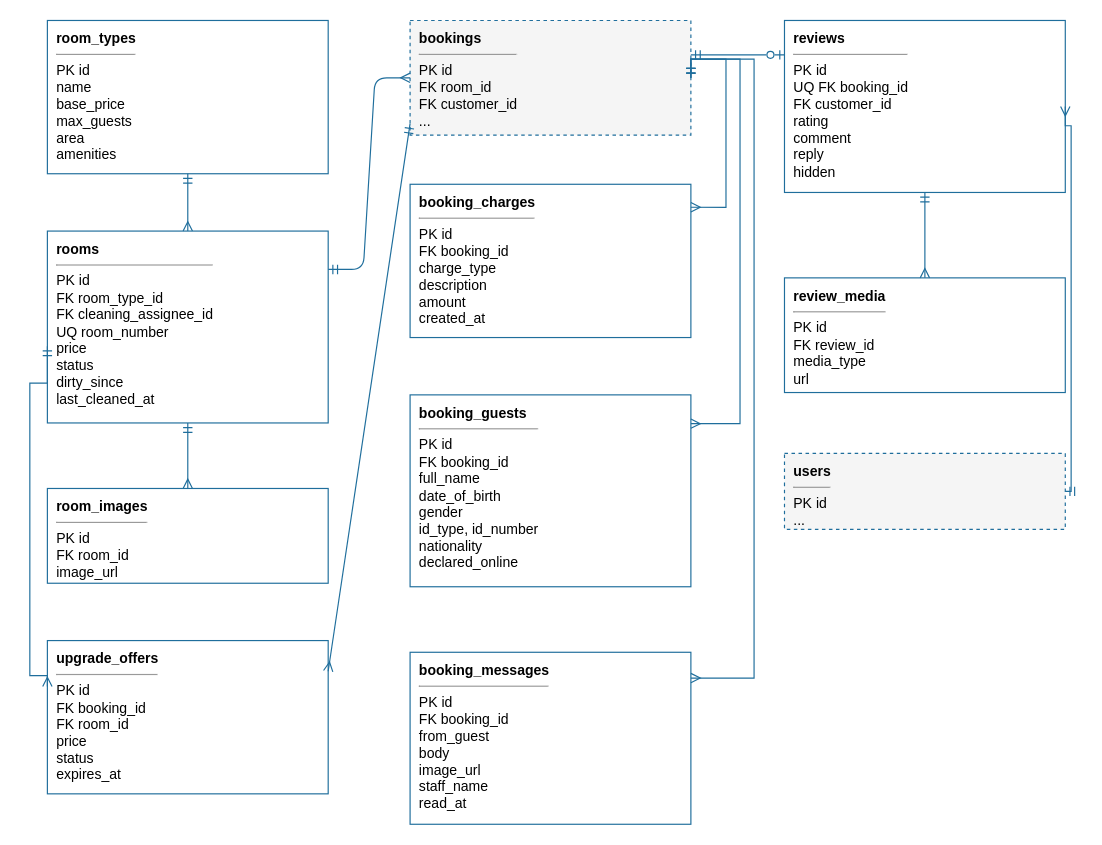
Before: docs/thiet-ke/erd-2-phong-chi-tiet-don.drawio in ngynquchn2511/beach-hotel, a draw.io diagram. Source tidied: cells renumbered, new cells numbered last; positions are measured from the earlier drawing's top-left corner, leaving out a move shared by most shapes. Both pictures are drawn from the tidied source at 117%, with x=0, y=0 at pixel (29, 20).
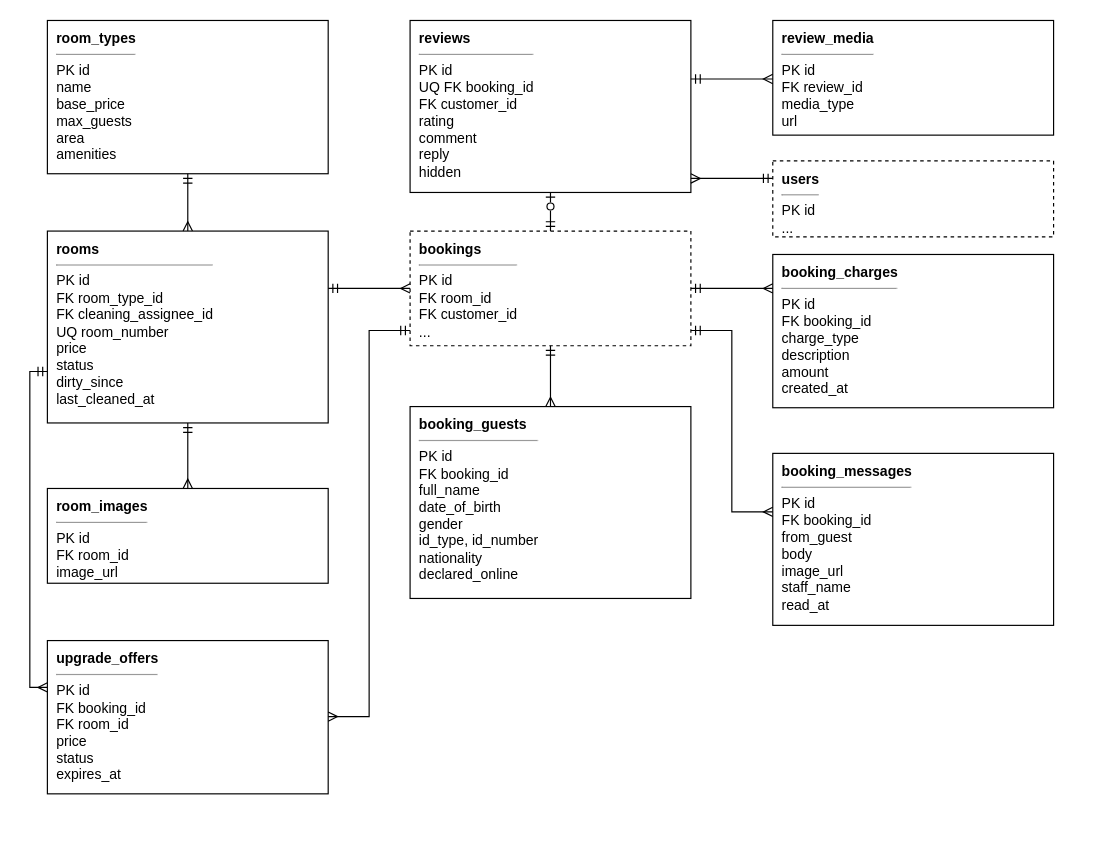
The same diagram, later.

The edit, as a diff of the source:
```diff
@@
-    <mxCell id="2" value="&lt;b&gt;room_types&lt;/b&gt;&lt;hr size=&quot;1&quot;&gt;PK id&lt;br&gt;name&lt;br&gt;base_price&lt;br&gt;max_guests&lt;br&gt;area&lt;br&gt;amenities" style="rounded=0;whiteSpace=wrap;html=1;align=left;verticalAlign=top;spacingLeft=6;spacingTop=2;fillColor=#FFFFFF;strokeColor=#1F6E9C;fontSize=11;fontSize=12;" parent="1" vertex="1">
+    <mxCell id="2" value="&lt;b&gt;room_types&lt;/b&gt;&lt;hr size=&quot;1&quot;&gt;PK id&lt;br&gt;name&lt;br&gt;base_price&lt;br&gt;max_guests&lt;br&gt;area&lt;br&gt;amenities" style="rounded=0;whiteSpace=wrap;html=1;align=left;verticalAlign=top;spacingLeft=6;spacingTop=2;fillColor=#FFFFFF;strokeColor=#000000;fontSize=11;fontSize=12;" parent="1" vertex="1">
       <mxGeometry x="15" width="240" height="131" as="geometry" />
     </mxCell>
-    <mxCell id="3" value="&lt;b&gt;rooms&lt;/b&gt;&lt;hr size=&quot;1&quot;&gt;PK id&lt;br&gt;FK room_type_id&lt;br&gt;FK cleaning_assignee_id&lt;br&gt;UQ room_number&lt;br&gt;price&lt;br&gt;status&lt;br&gt;dirty_since&lt;br&gt;last_cleaned_at" style="rounded=0;whiteSpace=wrap;html=1;align=left;verticalAlign=top;spacingLeft=6;spacingTop=2;fillColor=#FFFFFF;strokeColor=#1F6E9C;fontSize=11;fontSize=12;" parent="1" vertex="1">
+    <mxCell id="3" value="&lt;b&gt;rooms&lt;/b&gt;&lt;hr size=&quot;1&quot;&gt;PK id&lt;br&gt;FK room_type_id&lt;br&gt;FK cleaning_assignee_id&lt;br&gt;UQ room_number&lt;br&gt;price&lt;br&gt;status&lt;br&gt;dirty_since&lt;br&gt;last_cleaned_at" style="rounded=0;whiteSpace=wrap;html=1;align=left;verticalAlign=top;spacingLeft=6;spacingTop=2;fillColor=#FFFFFF;strokeColor=#000000;fontSize=11;fontSize=12;" parent="1" vertex="1">
       <mxGeometry x="15" y="180" width="240" height="164" as="geometry" />
     </mxCell>
-    <mxCell id="4" value="&lt;b&gt;room_images&lt;/b&gt;&lt;hr size=&quot;1&quot;&gt;PK id&lt;br&gt;FK room_id&lt;br&gt;image_url" style="rounded=0;whiteSpace=wrap;html=1;align=left;verticalAlign=top;spacingLeft=6;spacingTop=2;fillColor=#FFFFFF;strokeColor=#1F6E9C;fontSize=11;fontSize=12;" parent="1" vertex="1">
+    <mxCell id="4" value="&lt;b&gt;room_images&lt;/b&gt;&lt;hr size=&quot;1&quot;&gt;PK id&lt;br&gt;FK room_id&lt;br&gt;image_url" style="rounded=0;whiteSpace=wrap;html=1;align=left;verticalAlign=top;spacingLeft=6;spacingTop=2;fillColor=#FFFFFF;strokeColor=#000000;fontSize=11;fontSize=12;" parent="1" vertex="1">
       <mxGeometry x="15" y="400" width="240" height="81" as="geometry" />
     </mxCell>
-    <mxCell id="5" value="&lt;b&gt;upgrade_offers&lt;/b&gt;&lt;hr size=&quot;1&quot;&gt;PK id&lt;br&gt;FK booking_id&lt;br&gt;FK room_id&lt;br&gt;price&lt;br&gt;status&lt;br&gt;expires_at" style="rounded=0;whiteSpace=wrap;html=1;align=left;verticalAlign=top;spacingLeft=6;spacingTop=2;fillColor=#FFFFFF;strokeColor=#1F6E9C;fontSize=11;fontSize=12;" parent="1" vertex="1">
+    <mxCell id="5" value="&lt;b&gt;upgrade_offers&lt;/b&gt;&lt;hr size=&quot;1&quot;&gt;PK id&lt;br&gt;FK booking_id&lt;br&gt;FK room_id&lt;br&gt;price&lt;br&gt;status&lt;br&gt;expires_at" style="rounded=0;whiteSpace=wrap;html=1;align=left;verticalAlign=top;spacingLeft=6;spacingTop=2;fillColor=#FFFFFF;strokeColor=#000000;fontSize=11;fontSize=12;" parent="1" vertex="1">
       <mxGeometry x="15" y="530" width="240" height="131" as="geometry" />
     </mxCell>
-    <mxCell id="6" value="&lt;b&gt;bookings&lt;/b&gt;&lt;hr size=&quot;1&quot;&gt;PK id&lt;br&gt;FK room_id&lt;br&gt;FK customer_id&lt;br&gt;..." style="rounded=0;whiteSpace=wrap;html=1;align=left;verticalAlign=top;spacingLeft=6;spacingTop=2;fillColor=#FFFFFF;strokeColor=#1F6E9C;fontSize=11;fillColor=#F5F5F5;dashed=1;fontSize=12;" parent="1" vertex="1">
-      <mxGeometry x="325" width="240" height="98" as="geometry" />
+    <mxCell id="6" value="&lt;b&gt;bookings&lt;/b&gt;&lt;hr size=&quot;1&quot;&gt;PK id&lt;br&gt;FK room_id&lt;br&gt;FK customer_id&lt;br&gt;..." style="rounded=0;whiteSpace=wrap;html=1;align=left;verticalAlign=top;spacingLeft=6;spacingTop=2;fillColor=#FFFFFF;strokeColor=#000000;fontSize=11;fillColor=#FFFFFF;dashed=1;fontSize=12;" parent="1" vertex="1">
+      <mxGeometry x="325" y="180" width="240" height="98" as="geometry" />
     </mxCell>
-    <mxCell id="7" value="&lt;b&gt;booking_charges&lt;/b&gt;&lt;hr size=&quot;1&quot;&gt;PK id&lt;br&gt;FK booking_id&lt;br&gt;charge_type&lt;br&gt;description&lt;br&gt;amount&lt;br&gt;created_at" style="rounded=0;whiteSpace=wrap;html=1;align=left;verticalAlign=top;spacingLeft=6;spacingTop=2;fillColor=#FFFFFF;strokeColor=#1F6E9C;fontSize=11;fontSize=12;" parent="1" vertex="1">
-      <mxGeometry x="325" y="140" width="240" height="131" as="geometry" />
+    <mxCell id="7" value="&lt;b&gt;booking_charges&lt;/b&gt;&lt;hr size=&quot;1&quot;&gt;PK id&lt;br&gt;FK booking_id&lt;br&gt;charge_type&lt;br&gt;description&lt;br&gt;amount&lt;br&gt;created_at" style="rounded=0;whiteSpace=wrap;html=1;align=left;verticalAlign=top;spacingLeft=6;spacingTop=2;fillColor=#FFFFFF;strokeColor=#000000;fontSize=11;fontSize=12;" parent="1" vertex="1">
+      <mxGeometry x="635" y="200" width="240" height="131" as="geometry" />
     </mxCell>
-    <mxCell id="8" value="&lt;b&gt;booking_guests&lt;/b&gt;&lt;hr size=&quot;1&quot;&gt;PK id&lt;br&gt;FK booking_id&lt;br&gt;full_name&lt;br&gt;date_of_birth&lt;br&gt;gender&lt;br&gt;id_type, id_number&lt;br&gt;nationality&lt;br&gt;declared_online" style="rounded=0;whiteSpace=wrap;html=1;align=left;verticalAlign=top;spacingLeft=6;spacingTop=2;fillColor=#FFFFFF;strokeColor=#1F6E9C;fontSize=11;fontSize=12;" parent="1" vertex="1">
-      <mxGeometry x="325" y="320" width="240" height="164" as="geometry" />
+    <mxCell id="8" value="&lt;b&gt;booking_guests&lt;/b&gt;&lt;hr size=&quot;1&quot;&gt;PK id&lt;br&gt;FK booking_id&lt;br&gt;full_name&lt;br&gt;date_of_birth&lt;br&gt;gender&lt;br&gt;id_type, id_number&lt;br&gt;nationality&lt;br&gt;declared_online" style="rounded=0;whiteSpace=wrap;html=1;align=left;verticalAlign=top;spacingLeft=6;spacingTop=2;fillColor=#FFFFFF;strokeColor=#000000;fontSize=11;fontSize=12;" parent="1" vertex="1">
+      <mxGeometry x="325" y="330" width="240" height="164" as="geometry" />
     </mxCell>
-    <mxCell id="9" value="&lt;b&gt;booking_messages&lt;/b&gt;&lt;hr size=&quot;1&quot;&gt;PK id&lt;br&gt;FK booking_id&lt;br&gt;from_guest&lt;br&gt;body&lt;br&gt;image_url&lt;br&gt;staff_name&lt;br&gt;read_at" style="rounded=0;whiteSpace=wrap;html=1;align=left;verticalAlign=top;spacingLeft=6;spacingTop=2;fillColor=#FFFFFF;strokeColor=#1F6E9C;fontSize=11;fontSize=12;" parent="1" vertex="1">
-      <mxGeometry x="325" y="540" width="240" height="147" as="geometry" />
+    <mxCell id="9" value="&lt;b&gt;booking_messages&lt;/b&gt;&lt;hr size=&quot;1&quot;&gt;PK id&lt;br&gt;FK booking_id&lt;br&gt;from_guest&lt;br&gt;body&lt;br&gt;image_url&lt;br&gt;staff_name&lt;br&gt;read_at" style="rounded=0;whiteSpace=wrap;html=1;align=left;verticalAlign=top;spacingLeft=6;spacingTop=2;fillColor=#FFFFFF;strokeColor=#000000;fontSize=11;fontSize=12;" parent="1" vertex="1">
+      <mxGeometry x="635" y="370" width="240" height="147" as="geometry" />
     </mxCell>
-    <mxCell id="10" value="&lt;b&gt;reviews&lt;/b&gt;&lt;hr size=&quot;1&quot;&gt;PK id&lt;br&gt;UQ FK booking_id&lt;br&gt;FK customer_id&lt;br&gt;rating&lt;br&gt;comment&lt;br&gt;reply&lt;br&gt;hidden" style="rounded=0;whiteSpace=wrap;html=1;align=left;verticalAlign=top;spacingLeft=6;spacingTop=2;fillColor=#FFFFFF;strokeColor=#1F6E9C;fontSize=11;fontSize=12;" parent="1" vertex="1">
-      <mxGeometry x="645" width="240" height="147" as="geometry" />
+    <mxCell id="10" value="&lt;b&gt;reviews&lt;/b&gt;&lt;hr size=&quot;1&quot;&gt;PK id&lt;br&gt;UQ FK booking_id&lt;br&gt;FK customer_id&lt;br&gt;rating&lt;br&gt;comment&lt;br&gt;reply&lt;br&gt;hidden" style="rounded=0;whiteSpace=wrap;html=1;align=left;verticalAlign=top;spacingLeft=6;spacingTop=2;fillColor=#FFFFFF;strokeColor=#000000;fontSize=11;fontSize=12;" parent="1" vertex="1">
+      <mxGeometry x="325" width="240" height="147" as="geometry" />
     </mxCell>
-    <mxCell id="11" value="&lt;b&gt;review_media&lt;/b&gt;&lt;hr size=&quot;1&quot;&gt;PK id&lt;br&gt;FK review_id&lt;br&gt;media_type&lt;br&gt;url" style="rounded=0;whiteSpace=wrap;html=1;align=left;verticalAlign=top;spacingLeft=6;spacingTop=2;fillColor=#FFFFFF;strokeColor=#1F6E9C;fontSize=11;fontSize=12;" parent="1" vertex="1">
-      <mxGeometry x="645" y="220" width="240" height="98" as="geometry" />
+    <mxCell id="11" value="&lt;b&gt;review_media&lt;/b&gt;&lt;hr size=&quot;1&quot;&gt;PK id&lt;br&gt;FK review_id&lt;br&gt;media_type&lt;br&gt;url" style="rounded=0;whiteSpace=wrap;html=1;align=left;verticalAlign=top;spacingLeft=6;spacingTop=2;fillColor=#FFFFFF;strokeColor=#000000;fontSize=11;fontSize=12;" parent="1" vertex="1">
+      <mxGeometry x="635" width="240" height="98" as="geometry" />
     </mxCell>
-    <mxCell id="12" value="&lt;b&gt;users&lt;/b&gt;&lt;hr size=&quot;1&quot;&gt;PK id&lt;br&gt;..." style="rounded=0;whiteSpace=wrap;html=1;align=left;verticalAlign=top;spacingLeft=6;spacingTop=2;fillColor=#FFFFFF;strokeColor=#1F6E9C;fontSize=11;fillColor=#F5F5F5;dashed=1;fontSize=12;" parent="1" vertex="1">
-      <mxGeometry x="645" y="370" width="240" height="65" as="geometry" />
+    <mxCell id="12" value="&lt;b&gt;users&lt;/b&gt;&lt;hr size=&quot;1&quot;&gt;PK id&lt;br&gt;..." style="rounded=0;whiteSpace=wrap;html=1;align=left;verticalAlign=top;spacingLeft=6;spacingTop=2;fillColor=#FFFFFF;strokeColor=#000000;fontSize=11;fillColor=#FFFFFF;dashed=1;fontSize=12;" parent="1" vertex="1">
+      <mxGeometry x="635" y="120" width="240" height="65" as="geometry" />
     </mxCell>
-    <mxCell id="13" style="edgeStyle=entityRelationEdgeStyle;fontSize=12;html=1;endArrow=ERmany;startArrow=ERmandOne;endFill=0;startFill=0;strokeColor=#1F6E9C;edgeStyle=orthogonalEdgeStyle;rounded=0;exitX=0.5;exitY=1;exitDx=0;exitDy=0;entryX=0.5;entryY=0;entryDx=0;entryDy=0;" parent="1" edge="1" source="2" target="3">
+    <mxCell id="13" style="fontSize=12;html=1;endArrow=ERmany;startArrow=ERmandOne;endFill=0;startFill=0;strokeColor=#000000;edgeStyle=orthogonalEdgeStyle;rounded=0;exitX=0.5000;exitY=1.0000;exitPerimeter=0;entryX=0.5000;entryY=0.0000;entryPerimeter=0;" parent="1" edge="1" source="2" target="3">
       <mxGeometry relative="1" as="geometry" />
     </mxCell>
-    <mxCell id="14" style="edgeStyle=entityRelationEdgeStyle;fontSize=12;html=1;endArrow=ERmany;startArrow=ERmandOne;endFill=0;startFill=0;strokeColor=#1F6E9C;edgeStyle=orthogonalEdgeStyle;rounded=0;exitX=0.5;exitY=1;exitDx=0;exitDy=0;entryX=0.5;entryY=0;entryDx=0;entryDy=0;" parent="1" edge="1" source="3" target="4">
+    <mxCell id="14" style="fontSize=12;html=1;endArrow=ERmany;startArrow=ERmandOne;endFill=0;startFill=0;strokeColor=#000000;edgeStyle=orthogonalEdgeStyle;rounded=0;exitX=0.5000;exitY=1.0000;exitPerimeter=0;entryX=0.5000;entryY=0.0000;entryPerimeter=0;" parent="1" edge="1" source="3" target="4">
       <mxGeometry relative="1" as="geometry" />
     </mxCell>
-    <mxCell id="15" style="edgeStyle=entityRelationEdgeStyle;fontSize=12;html=1;endArrow=ERmany;startArrow=ERmandOne;endFill=0;startFill=0;strokeColor=#1F6E9C;edgeStyle=orthogonalEdgeStyle;rounded=0;exitX=0;exitY=0.6;exitDx=0;exitDy=0;entryX=0;entryY=0.3;entryDx=0;entryDy=0;" parent="1" edge="1" source="3" target="5">
+    <mxCell id="15" style="fontSize=12;html=1;endArrow=ERmany;startArrow=ERmandOne;endFill=0;startFill=0;strokeColor=#000000;edgeStyle=orthogonalEdgeStyle;rounded=0;exitX=0.0000;exitY=0.7317;exitPerimeter=0;entryX=0.0000;entryY=0.3053;entryPerimeter=0;" parent="1" edge="1" source="3" target="5">
       <mxGeometry relative="1" as="geometry">
         <Array as="points">
-          <mxPoint y="310" />
-          <mxPoint y="560" />
+          <mxPoint y="300" />
+          <mxPoint y="570" />
         </Array>
       </mxGeometry>
     </mxCell>
-    <mxCell id="16" style="edgeStyle=entityRelationEdgeStyle;fontSize=12;html=1;endArrow=ERmany;startArrow=ERmandOne;endFill=0;startFill=0;strokeColor=#1F6E9C;exitX=1;exitY=0.2;exitDx=0;exitDy=0;entryX=0;entryY=0.5;entryDx=0;entryDy=0;" parent="1" edge="1" source="3" target="6">
+    <mxCell id="16" style="fontSize=12;html=1;endArrow=ERmany;startArrow=ERmandOne;endFill=0;startFill=0;strokeColor=#000000;edgeStyle=orthogonalEdgeStyle;rounded=0;exitX=1.0000;exitY=0.2988;exitPerimeter=0;entryX=0.0000;entryY=0.5000;entryPerimeter=0;" parent="1" edge="1" source="3" target="6">
       <mxGeometry relative="1" as="geometry" />
     </mxCell>
-    <mxCell id="17" style="edgeStyle=entityRelationEdgeStyle;fontSize=12;html=1;endArrow=ERmany;startArrow=ERmandOne;endFill=0;startFill=0;strokeColor=#1F6E9C;edgeStyle=none;exitX=0;exitY=0.9;exitDx=0;exitDy=0;entryX=1;entryY=0.2;entryDx=0;entryDy=0;" parent="1" edge="1" source="6" target="5">
-      <mxGeometry relative="1" as="geometry" />
+    <mxCell id="17" style="fontSize=12;html=1;endArrow=ERmany;startArrow=ERmandOne;endFill=0;startFill=0;strokeColor=#000000;edgeStyle=orthogonalEdgeStyle;rounded=0;exitX=0.0000;exitY=0.8673;exitPerimeter=0;entryX=1.0000;entryY=0.4962;entryPerimeter=0;" parent="1" edge="1" source="6" target="5">
+      <mxGeometry relative="1" as="geometry">
+        <Array as="points">
+          <mxPoint x="290" y="265" />
+          <mxPoint x="290" y="595" />
+        </Array>
+      </mxGeometry>
     </mxCell>
-    <mxCell id="18" style="edgeStyle=entityRelationEdgeStyle;fontSize=12;html=1;endArrow=ERmany;startArrow=ERmandOne;endFill=0;startFill=0;strokeColor=#1F6E9C;edgeStyle=orthogonalEdgeStyle;rounded=0;exitX=1;exitY=0.5;exitDx=0;exitDy=0;entryX=1;entryY=0.15;entryDx=0;entryDy=0;" parent="1" edge="1" source="6" target="7">
-      <mxGeometry relative="1" as="geometry">
-        <Array as="points">
-          <mxPoint x="595" y="33" />
-        </Array>
-      </mxGeometry>
+    <mxCell id="18" style="fontSize=12;html=1;endArrow=ERmany;startArrow=ERmandOne;endFill=0;startFill=0;strokeColor=#000000;edgeStyle=orthogonalEdgeStyle;rounded=0;exitX=1.0000;exitY=0.5000;exitPerimeter=0;entryX=0.0000;entryY=0.2214;entryPerimeter=0;" parent="1" edge="1" source="6" target="7">
+      <mxGeometry relative="1" as="geometry" />
     </mxCell>
-    <mxCell id="19" style="edgeStyle=entityRelationEdgeStyle;fontSize=12;html=1;endArrow=ERmany;startArrow=ERmandOne;endFill=0;startFill=0;strokeColor=#1F6E9C;edgeStyle=orthogonalEdgeStyle;rounded=0;exitX=1;exitY=0.5;exitDx=0;exitDy=0;entryX=1;entryY=0.15;entryDx=0;entryDy=0;" parent="1" edge="1" source="6" target="8">
-      <mxGeometry relative="1" as="geometry">
-        <Array as="points">
-          <mxPoint x="607" y="33" />
-        </Array>
-      </mxGeometry>
+    <mxCell id="19" style="fontSize=12;html=1;endArrow=ERmany;startArrow=ERmandOne;endFill=0;startFill=0;strokeColor=#000000;edgeStyle=orthogonalEdgeStyle;rounded=0;exitX=0.5000;exitY=1.0000;exitPerimeter=0;entryX=0.5000;entryY=0.0000;entryPerimeter=0;" parent="1" edge="1" source="6" target="8">
+      <mxGeometry relative="1" as="geometry" />
     </mxCell>
-    <mxCell id="20" style="edgeStyle=entityRelationEdgeStyle;fontSize=12;html=1;endArrow=ERmany;startArrow=ERmandOne;endFill=0;startFill=0;strokeColor=#1F6E9C;edgeStyle=orthogonalEdgeStyle;rounded=0;exitX=1;exitY=0.5;exitDx=0;exitDy=0;entryX=1;entryY=0.15;entryDx=0;entryDy=0;" parent="1" edge="1" source="6" target="9">
+    <mxCell id="20" style="fontSize=12;html=1;endArrow=ERmany;startArrow=ERmandOne;endFill=0;startFill=0;strokeColor=#000000;edgeStyle=orthogonalEdgeStyle;rounded=0;exitX=1.0000;exitY=0.8673;exitPerimeter=0;entryX=0.0000;entryY=0.3401;entryPerimeter=0;" parent="1" edge="1" source="6" target="9">
       <mxGeometry relative="1" as="geometry">
         <Array as="points">
-          <mxPoint x="619" y="33" />
+          <mxPoint x="600" y="265" />
+          <mxPoint x="600" y="420" />
         </Array>
       </mxGeometry>
     </mxCell>
-    <mxCell id="21" style="edgeStyle=entityRelationEdgeStyle;fontSize=12;html=1;endArrow=ERzeroToOne;startArrow=ERmandOne;endFill=0;startFill=0;strokeColor=#1F6E9C;exitX=1;exitY=0.3;exitDx=0;exitDy=0;entryX=0;entryY=0.2;entryDx=0;entryDy=0;" parent="1" edge="1" source="6" target="10">
+    <mxCell id="21" style="fontSize=12;html=1;endArrow=ERzeroToOne;startArrow=ERmandOne;endFill=0;startFill=0;strokeColor=#000000;edgeStyle=orthogonalEdgeStyle;rounded=0;exitX=0.5000;exitY=0.0000;exitPerimeter=0;entryX=0.5000;entryY=1.0000;entryPerimeter=0;" parent="1" edge="1" source="6" target="10">
       <mxGeometry relative="1" as="geometry" />
     </mxCell>
-    <mxCell id="22" style="edgeStyle=entityRelationEdgeStyle;fontSize=12;html=1;endArrow=ERmany;startArrow=ERmandOne;endFill=0;startFill=0;strokeColor=#1F6E9C;edgeStyle=orthogonalEdgeStyle;rounded=0;exitX=0.5;exitY=1;exitDx=0;exitDy=0;entryX=0.5;entryY=0;entryDx=0;entryDy=0;" parent="1" edge="1" source="10" target="11">
+    <mxCell id="22" style="fontSize=12;html=1;endArrow=ERmany;startArrow=ERmandOne;endFill=0;startFill=0;strokeColor=#000000;edgeStyle=orthogonalEdgeStyle;rounded=0;exitX=1.0000;exitY=0.3401;exitPerimeter=0;entryX=0.0000;entryY=0.5102;entryPerimeter=0;" parent="1" edge="1" source="10" target="11">
       <mxGeometry relative="1" as="geometry" />
     </mxCell>
-    <mxCell id="23" style="edgeStyle=entityRelationEdgeStyle;fontSize=12;html=1;endArrow=ERmany;startArrow=ERmandOne;endFill=0;startFill=0;strokeColor=#1F6E9C;edgeStyle=orthogonalEdgeStyle;rounded=0;exitX=1;exitY=0.5;exitDx=0;exitDy=0;entryX=1;entryY=0.5;entryDx=0;entryDy=0;" parent="1" edge="1" source="12" target="10">
-      <mxGeometry relative="1" as="geometry">
-        <Array as="points">
-          <mxPoint x="890" y="403" />
-          <mxPoint x="890" y="90" />
-        </Array>
-      </mxGeometry>
+    <mxCell id="23" style="fontSize=12;html=1;endArrow=ERmany;startArrow=ERmandOne;endFill=0;startFill=0;strokeColor=#000000;edgeStyle=orthogonalEdgeStyle;rounded=0;exitX=0.0000;exitY=0.2308;exitPerimeter=0;entryX=1.0000;entryY=0.9184;entryPerimeter=0;" parent="1" edge="1" source="12" target="10">
+      <mxGeometry relative="1" as="geometry" />
     </mxCell>
```
